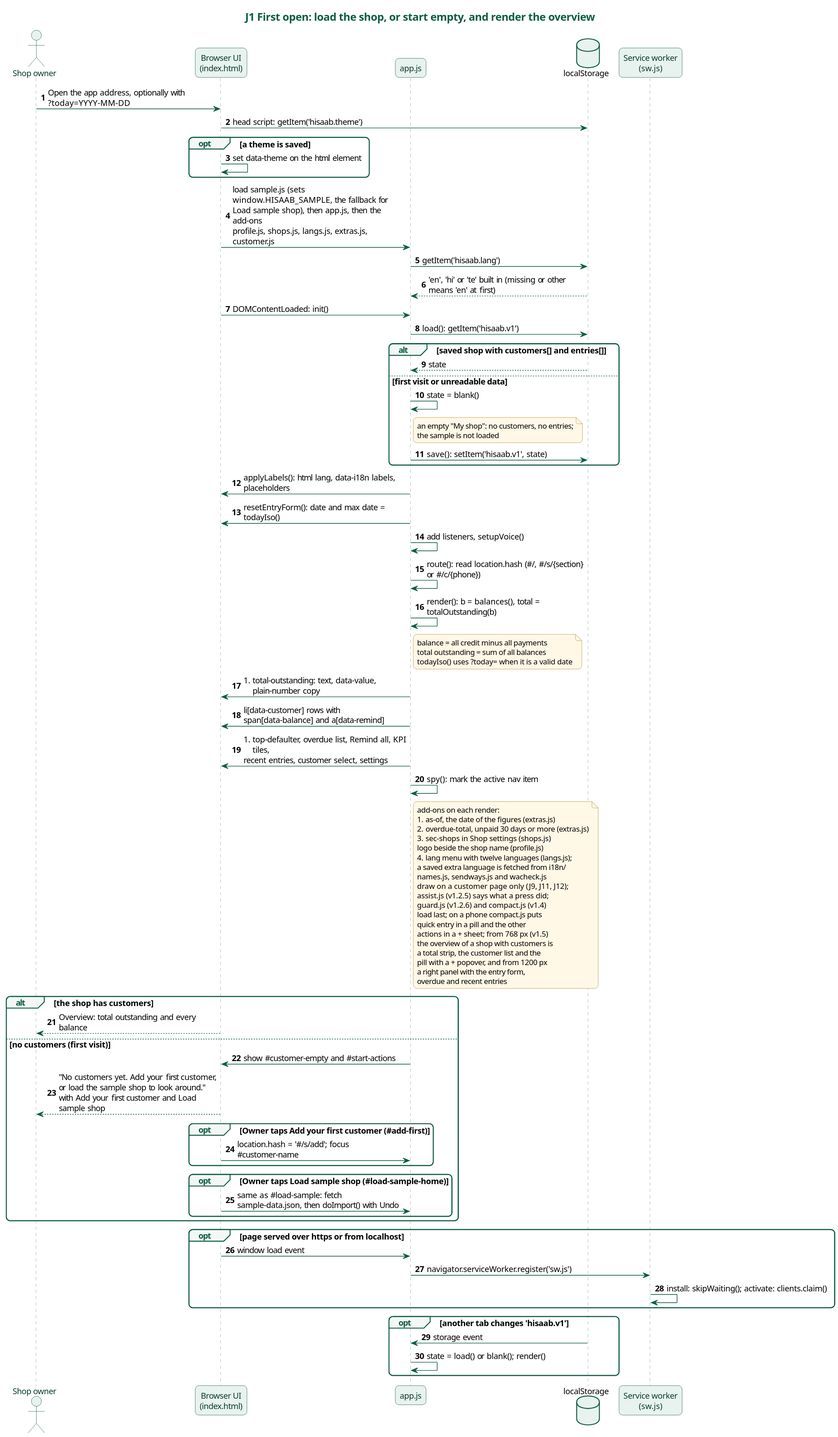
Above: docs/diagrams/j1-first-open.svg in karwasanjay007/hisaab-docs (PlantUML), before the change.
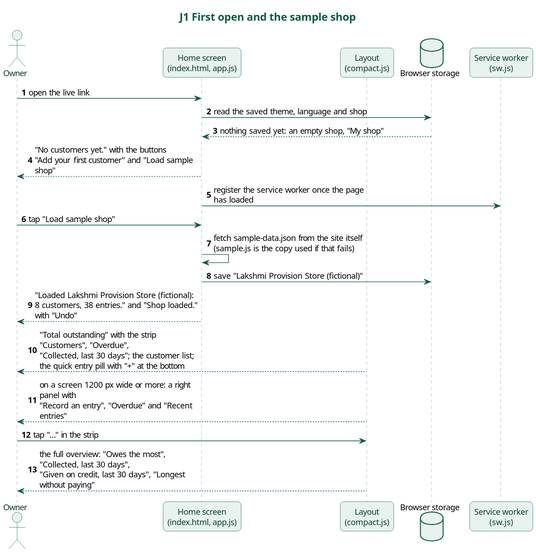
Later version of the same file.

The edit, as a diff of the source:
```diff
@@ -1,5 +1,5 @@
 @startuml
-title J1 First open: load the shop, or start empty, and render the overview
+title J1 First open and the sample shop
 skinparam backgroundColor white
 skinparam defaultFontName "Noto Sans"
 skinparam defaultFontSize 13
@@ -37,83 +37,23 @@
   BackgroundColor #FFF8E6
   FontSize 12
 }
-actor "Shop owner" as Owner
-participant "Browser UI\n(index.html)" as UI
-participant "app.js" as App
-database "localStorage" as LS
-participant "Service worker\n(sw.js)" as SW
+actor "Owner" as O
+participant "Home screen\n(index.html, app.js)" as H
+participant "Layout\n(compact.js)" as L
+database "Browser storage" as S
+participant "Service worker\n(sw.js)" as W
 autonumber
-Owner -> UI : Open the app address, optionally with ?today=YYYY-MM-DD
-UI -> LS : head script: getItem('hisaab.theme')
-opt a theme is saved
-  UI -> UI : set data-theme on the html element
-end
-UI -> App : load sample.js (sets window.HISAAB_SAMPLE, the fallback for Load sample shop), then app.js, then the add-ons\nprofile.js, shops.js, langs.js, extras.js, customer.js
-App -> LS : getItem('hisaab.lang')
-LS --> App : 'en', 'hi' or 'te' built in (missing or other means 'en' at first)
-UI -> App : DOMContentLoaded: init()
-App -> LS : load(): getItem('hisaab.v1')
-alt saved shop with customers[] and entries[]
-  LS --> App : state
-else first visit or unreadable data
-  App -> App : state = blank()
-  note right of App : an empty "My shop": no customers, no entries;\nthe sample is not loaded
-  App -> LS : save(): setItem('hisaab.v1', state)
-end
-App -> UI : applyLabels(): html lang, data-i18n labels, placeholders
-App -> UI : resetEntryForm(): date and max date = todayIso()
-App -> App : add listeners, setupVoice()
-App -> App : route(): read location.hash (#/, #/s/{section} or #/c/{phone})
-App -> App : render(): b = balances(), total = totalOutstanding(b)
-note right of App
-  balance = all credit minus all payments
-  total outstanding = sum of all balances
-  todayIso() uses ?today= when it is a valid date
-end note
-App -> UI : #total-outstanding: text, data-value, plain-number copy
-App -> UI : li[data-customer] rows with span[data-balance] and a[data-remind]
-App -> UI : #top-defaulter, overdue list, Remind all, KPI tiles,\nrecent entries, customer select, settings
-App -> App : spy(): mark the active nav item
-note right of App
-  add-ons on each render:
-  #as-of, the date of the figures (extras.js)
-  #overdue-total, unpaid 30 days or more (extras.js)
-  #sec-shops in Shop settings (shops.js)
-  logo beside the shop name (profile.js)
-  #lang menu with twelve languages (langs.js);
-  a saved extra language is fetched from i18n/
-  names.js, sendways.js and wacheck.js
-  draw on a customer page only (J9, J11, J12);
-  assist.js (v1.2.5) says what a press did;
-  guard.js (v1.2.6) and compact.js (v1.4)
-  load last; on a phone compact.js puts
-  quick entry in a pill and the other
-  actions in a + sheet; from 768 px (v1.5)
-  the overview of a shop with customers is
-  a total strip, the customer list and the
-  pill with a + popover, and from 1200 px
-  a right panel with the entry form,
-  overdue and recent entries
-end note
-alt the shop has customers
-  UI --> Owner : Overview: total outstanding and every balance
-else no customers (first visit)
-  App -> UI : show #customer-empty and #start-actions
-  UI --> Owner : "No customers yet. Add your first customer, or load the sample shop to look around."\nwith Add your first customer and Load sample shop
-  opt Owner taps Add your first customer (#add-first)
-    UI -> App : location.hash = '#/s/add'; focus #customer-name
-  end
-  opt Owner taps Load sample shop (#load-sample-home)
-    UI -> App : same as #load-sample: fetch sample-data.json, then doImport() with Undo
-  end
-end
-opt page served over https or from localhost
-  UI -> App : window load event
-  App -> SW : navigator.serviceWorker.register('sw.js')
-  SW -> SW : install: skipWaiting(); activate: clients.claim()
-end
-opt another tab changes 'hisaab.v1'
-  LS -> App : storage event
-  App -> App : state = load() or blank(); render()
-end
+O -> H : open the live link
+H -> S : read the saved theme, language and shop
+S --> H : nothing saved yet: an empty shop, "My shop"
+H --> O : "No customers yet." with the buttons\n"Add your first customer" and "Load sample shop"
+H -> W : register the service worker once the page has loaded
+O -> H : tap "Load sample shop"
+H -> H : fetch sample-data.json from the site itself\n(sample.js is the copy used if that fails)
+H -> S : save "Lakshmi Provision Store (fictional)"
+H --> O : "Loaded Lakshmi Provision Store (fictional):\n8 customers, 38 entries." and "Shop loaded." with "Undo"
+L --> O : "Total outstanding" with the strip "Customers", "Overdue",\n"Collected, last 30 days"; the customer list;\nthe quick entry pill with "+" at the bottom
+L --> O : on a screen 1200 px wide or more: a right panel with\n"Record an entry", "Overdue" and "Recent entries"
+O -> L : tap "…" in the strip
+L --> O : the full overview: "Owes the most", "Collected, last 30 days",\n"Given on credit, last 30 days", "Longest without paying"
 @enduml
```
